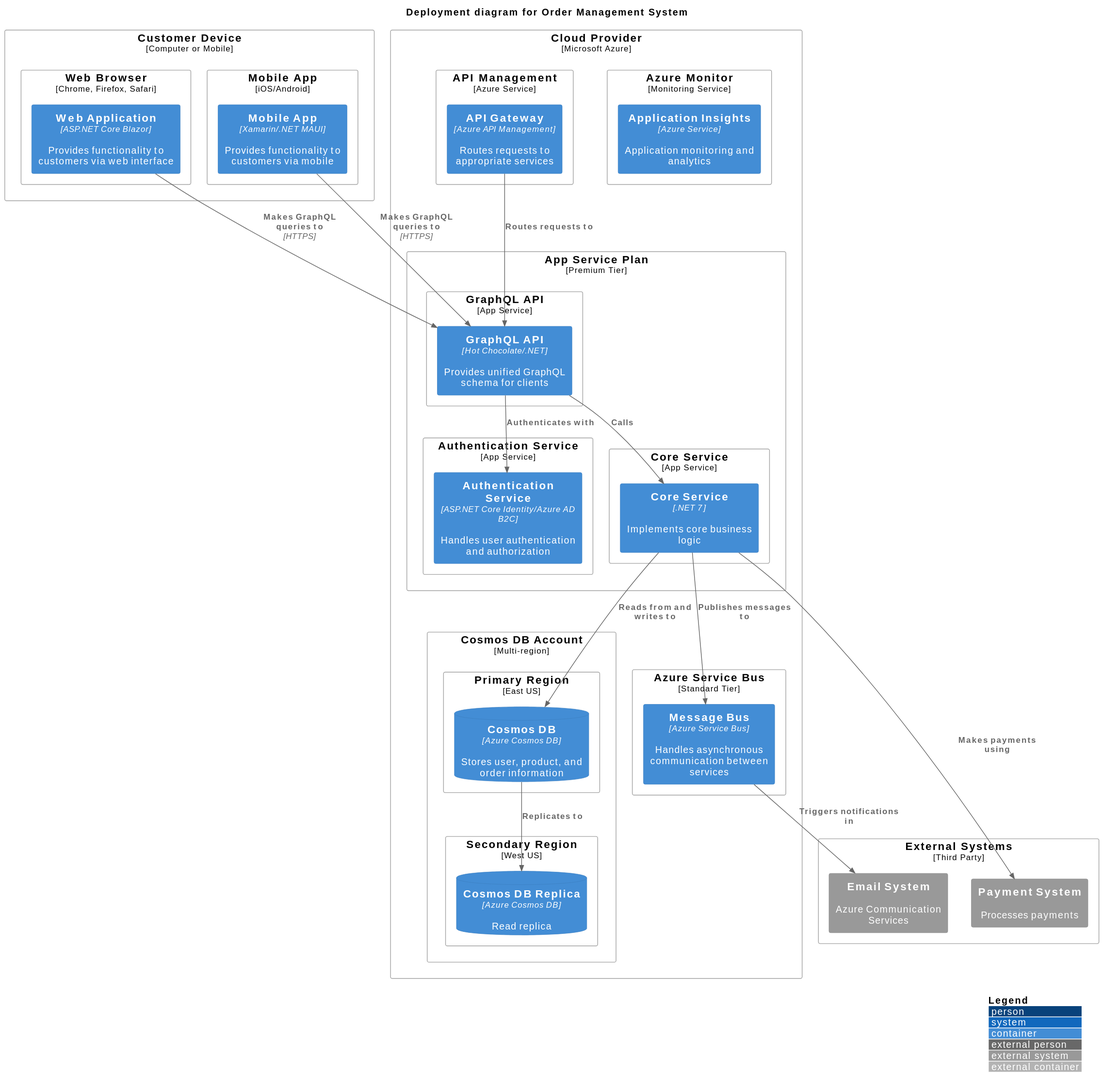
Above: out/diagrams/c4_deployment/C4_Deployment.svg in sjefvanleeuwen/architecture (PlantUML), before the change.
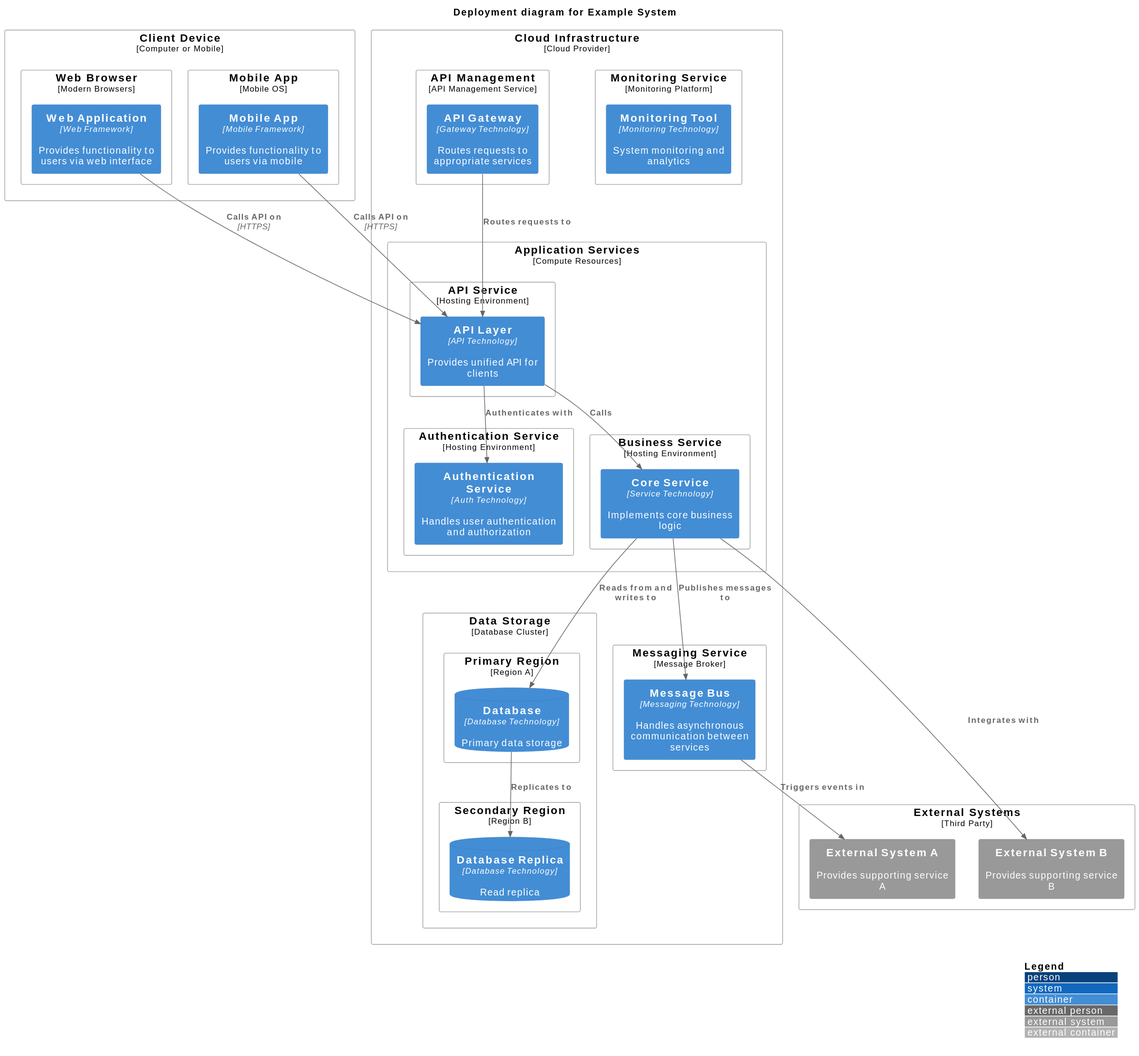
The same file after the commit.

What changed in the source:
```diff
@@ -3,61 +3,61 @@
 
 LAYOUT_WITH_LEGEND()
 
-title Deployment diagram for Order Management System
+title Deployment diagram for Example System
 
-Deployment_Node(customerDevice, "Customer Device", "Computer or Mobile") {
-    Deployment_Node(browser, "Web Browser", "Chrome, Firefox, Safari") {
-        Container(webAppInstance, "Web Application", "ASP.NET Core Blazor", "Provides functionality to customers via web interface")
+Deployment_Node(clientDevice, "Client Device", "Computer or Mobile") {
+    Deployment_Node(browser, "Web Browser", "Modern Browsers") {
+        Container(webAppInstance, "Web Application", "Web Framework", "Provides functionality to users via web interface")
     }
-    Deployment_Node(mobileRuntime, "Mobile App", "iOS/Android") {
-        Container(mobileAppInstance, "Mobile App", "Xamarin/.NET MAUI", "Provides functionality to customers via mobile")
+    Deployment_Node(mobileRuntime, "Mobile App", "Mobile OS") {
+        Container(mobileAppInstance, "Mobile App", "Mobile Framework", "Provides functionality to users via mobile")
     }
 }
 
-Deployment_Node(cloudProvider, "Cloud Provider", "Microsoft Azure") {
-    Deployment_Node(apiManagement, "API Management", "Azure Service") {
-        Container(apiGatewayInstance, "API Gateway", "Azure API Management", "Routes requests to appropriate services")
+Deployment_Node(cloudInfrastructure, "Cloud Infrastructure", "Cloud Provider") {
+    Deployment_Node(apiManagement, "API Management", "API Management Service") {
+        Container(apiGatewayInstance, "API Gateway", "Gateway Technology", "Routes requests to appropriate services")
     }
-    Deployment_Node(appServicePlan, "App Service Plan", "Premium Tier") {
-        Deployment_Node(graphqlAppService, "GraphQL API", "App Service") {
-            Container(graphqlApiInstance, "GraphQL API", "Hot Chocolate/.NET", "Provides unified GraphQL schema for clients")
+    Deployment_Node(appServices, "Application Services", "Compute Resources") {
+        Deployment_Node(apiService, "API Service", "Hosting Environment") {
+            Container(apiLayerInstance, "API Layer", "API Technology", "Provides unified API for clients")
         }
-        Deployment_Node(authAppService, "Authentication Service", "App Service") {
-            Container(authServiceInstance, "Authentication Service", "ASP.NET Core Identity/Azure AD B2C", "Handles user authentication and authorization")
+        Deployment_Node(authService, "Authentication Service", "Hosting Environment") {
+            Container(authServiceInstance, "Authentication Service", "Auth Technology", "Handles user authentication and authorization")
         }
-        Deployment_Node(coreAppService, "Core Service", "App Service") {
-            Container(coreServiceInstance, "Core Service", ".NET 7", "Implements core business logic")
+        Deployment_Node(businessService, "Business Service", "Hosting Environment") {
+            Container(coreServiceInstance, "Core Service", "Service Technology", "Implements core business logic")
         }
     }
-    Deployment_Node(serviceBus, "Azure Service Bus", "Standard Tier") {
-        Container(serviceBusInstance, "Message Bus", "Azure Service Bus", "Handles asynchronous communication between services")
+    Deployment_Node(messagingService, "Messaging Service", "Message Broker") {
+        Container(messageBusInstance, "Message Bus", "Messaging Technology", "Handles asynchronous communication between services")
     }
-    Deployment_Node(cosmosDbAccount, "Cosmos DB Account", "Multi-region") {
-        Deployment_Node(cosmosDbPrimary, "Primary Region", "East US") {
-            ContainerDb(dbPrimaryInstance, "Cosmos DB", "Azure Cosmos DB", "Stores user, product, and order information")
+    Deployment_Node(dataStorage, "Data Storage", "Database Cluster") {
+        Deployment_Node(primaryRegion, "Primary Region", "Region A") {
+            ContainerDb(dbPrimaryInstance, "Database", "Database Technology", "Primary data storage")
         }
-        Deployment_Node(cosmosDbSecondary, "Secondary Region", "West US") {
-            ContainerDb(dbSecondaryInstance, "Cosmos DB Replica", "Azure Cosmos DB", "Read replica")
+        Deployment_Node(secondaryRegion, "Secondary Region", "Region B") {
+            ContainerDb(dbSecondaryInstance, "Database Replica", "Database Technology", "Read replica")
         }
     }
-    Deployment_Node(azureMonitor, "Azure Monitor", "Monitoring Service") {
-        Container(appInsights, "Application Insights", "Azure Service", "Application monitoring and analytics")
+    Deployment_Node(monitoring, "Monitoring Service", "Monitoring Platform") {
+        Container(monitoringInstance, "Monitoring Tool", "Monitoring Technology", "System monitoring and analytics")
     }
 }
 
 Deployment_Node(externalSystems, "External Systems", "Third Party") {
-    System_Ext(emailSystemInstance, "Email System", "Azure Communication Services")
-    System_Ext(paymentSystemInstance, "Payment System", "Processes payments")
+    System_Ext(externalSystemA, "External System A", "Provides supporting service A")
+    System_Ext(externalSystemB, "External System B", "Provides supporting service B")
 }
 
-Rel(webAppInstance, graphqlApiInstance, "Makes GraphQL queries to", "HTTPS")
-Rel(mobileAppInstance, graphqlApiInstance, "Makes GraphQL queries to", "HTTPS")
-Rel(apiGatewayInstance, graphqlApiInstance, "Routes requests to")
-Rel(graphqlApiInstance, coreServiceInstance, "Calls")
-Rel(graphqlApiInstance, authServiceInstance, "Authenticates with")
+Rel(webAppInstance, apiLayerInstance, "Calls API on", "HTTPS")
+Rel(mobileAppInstance, apiLayerInstance, "Calls API on", "HTTPS")
+Rel(apiGatewayInstance, apiLayerInstance, "Routes requests to")
+Rel(apiLayerInstance, coreServiceInstance, "Calls")
+Rel(apiLayerInstance, authServiceInstance, "Authenticates with")
 Rel(coreServiceInstance, dbPrimaryInstance, "Reads from and writes to")
-Rel(coreServiceInstance, serviceBusInstance, "Publishes messages to")
-Rel(serviceBusInstance, emailSystemInstance, "Triggers notifications in")
-Rel(coreServiceInstance, paymentSystemInstance, "Makes payments using")
+Rel(coreServiceInstance, messageBusInstance, "Publishes messages to")
+Rel(messageBusInstance, externalSystemA, "Triggers events in")
+Rel(coreServiceInstance, externalSystemB, "Integrates with")
 Rel(dbPrimaryInstance, dbSecondaryInstance, "Replicates to")
 @enduml
```
